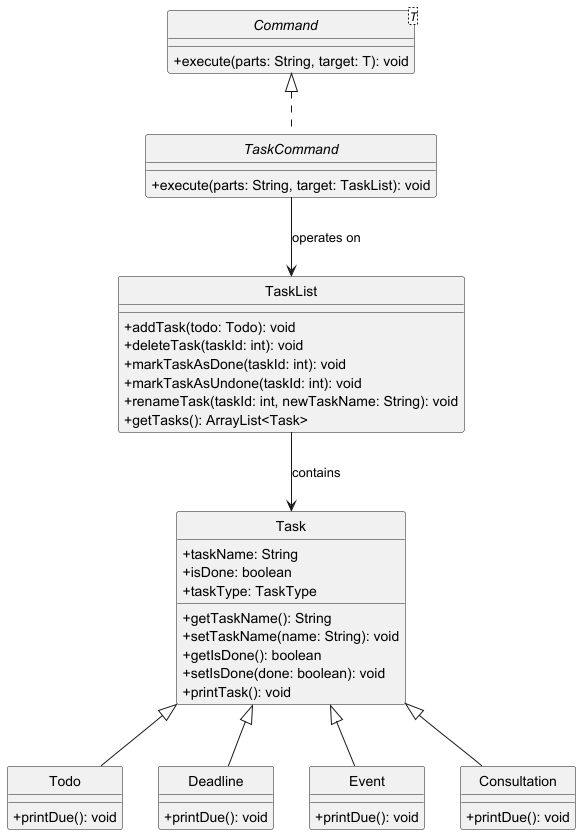
Before: docs/diagrams/tasklistcommands/TaskCommandsClassDiagram.png, a diagram exported from PlantUML (wongyihao02/tp).
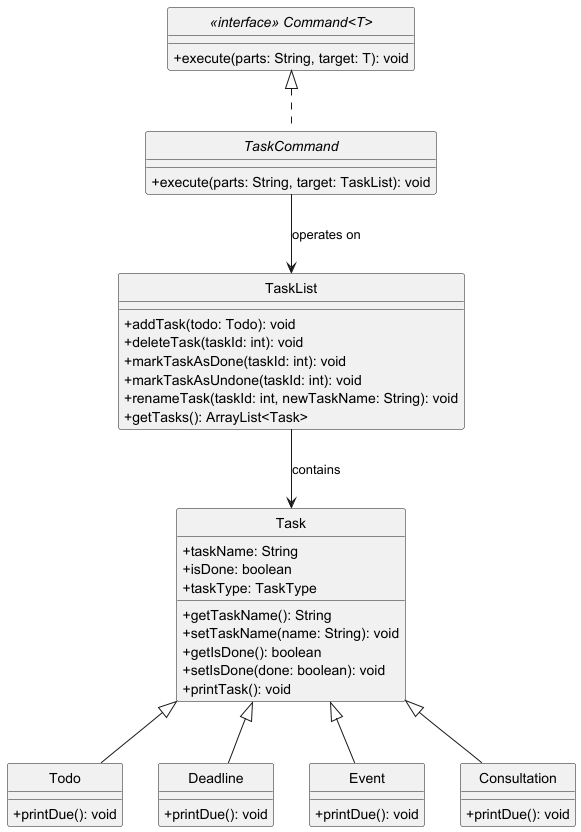
The same file after the commit.

Commit message:
Edit task commands class diagram

What changed in the source:
```diff
@@ -3,7 +3,7 @@
 hide circle
 skinparam classAttributeIconSize 0
 
-interface Command<T> {
+interface "<<interface>> Command<T>" {
     + execute(parts: String, target: T): void
 }
 
@@ -44,7 +44,7 @@
     + printDue(): void
 }
 
-Command <|.. TaskCommand
+"<<interface>> Command<T>" <|.. TaskCommand
 TaskCommand --> TaskList : operates on
 
 TaskList --> Task : contains
```
